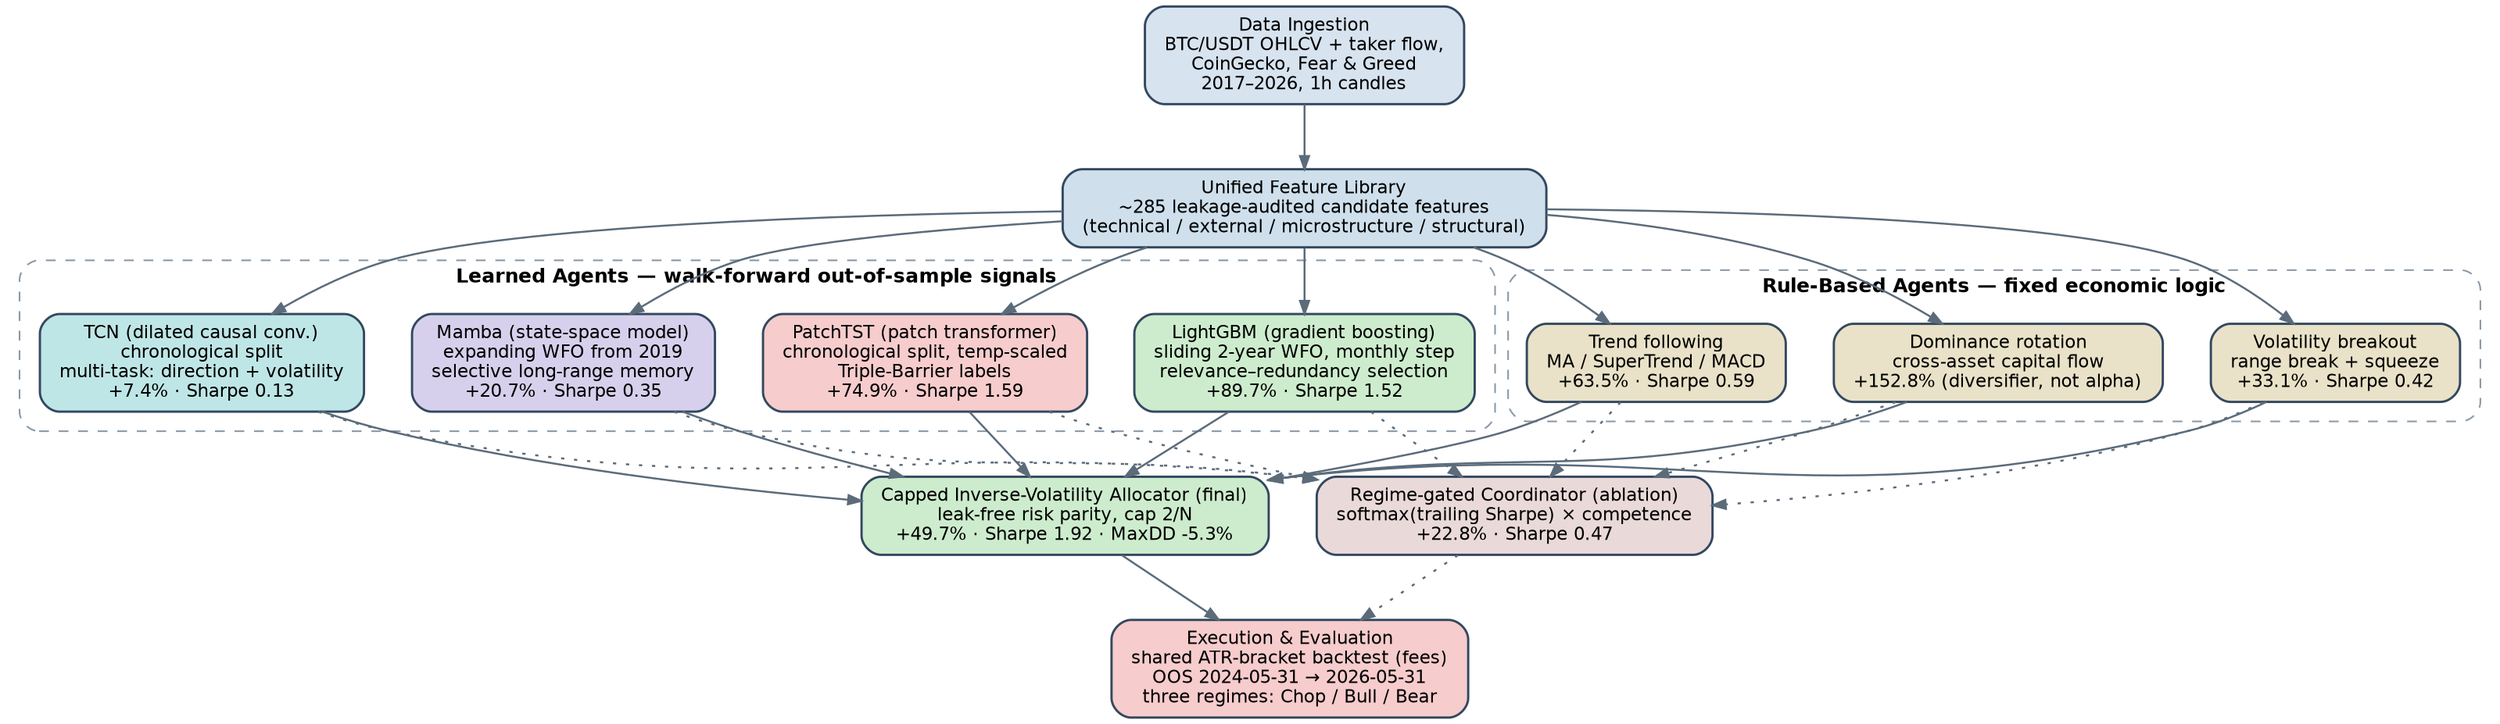
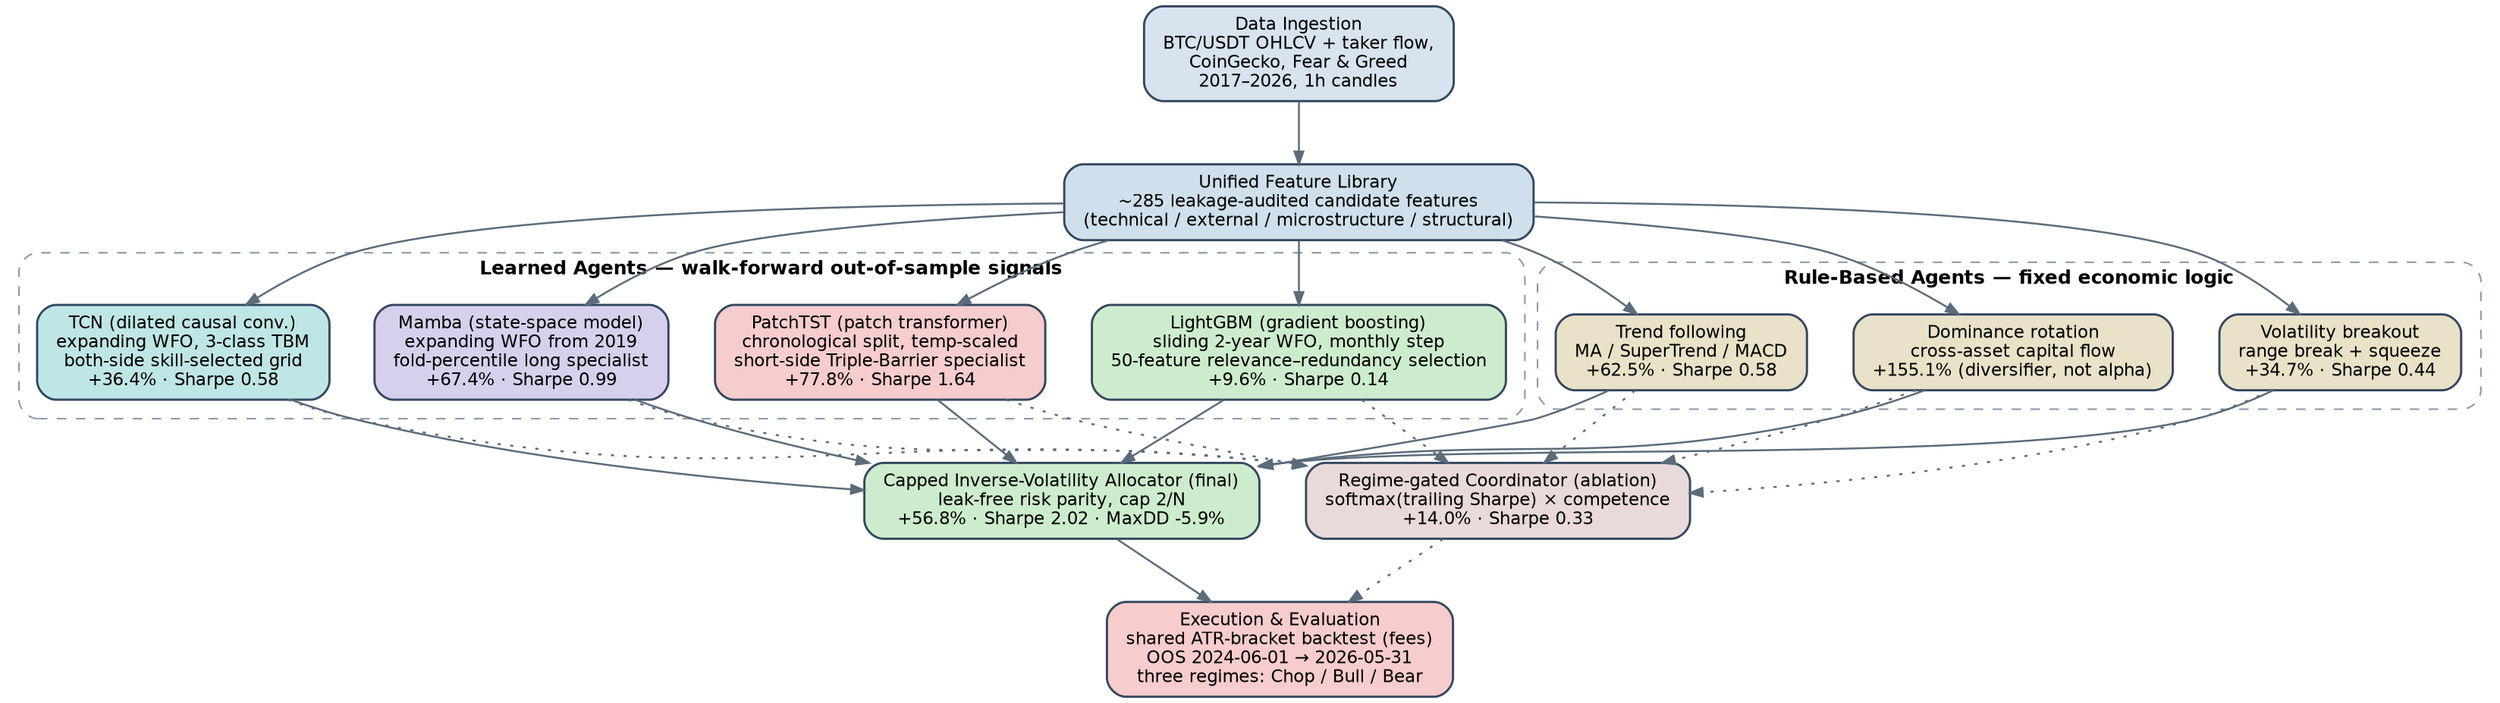
// Hybrid Multi-Agent Trading System — high-level architecture
// Rendered with: dot -Tpng -Gdpi=200 system_overview.dot -o system_overview.png
digraph SystemOverview {
    rankdir=TB;
    bgcolor="white";
    splines=true;
    nodesep=0.40;
    ranksep=0.55;
    node [shape=box, style="rounded,filled", fontname="Helvetica", fontsize=11,
          color="#33485f", penwidth=1.4, margin="0.16,0.09"];
    edge [color="#5b6b7a", arrowsize=0.8, penwidth=1.2];

    // ---- Data ingestion ----
    DATA [label="Data Ingestion\nBTC/USDT OHLCV + taker flow,\nCoinGecko, Fear & Greed\n2017–2026, 1h candles",
          fillcolor="#d7e3ef"];

    // ---- Unified feature library ----
    FEAT [label="Unified Feature Library\n~285 leakage-audited candidate features\n(technical / external / microstructure / structural)",
          fillcolor="#cfe0ec"];

    // ---- Learned agents ----
    subgraph cluster_learned {
        label="Learned Agents — walk-forward out-of-sample signals";
        labelloc="t";
        fontname="Helvetica-Bold";
        fontsize=12;
        style="dashed,rounded";
        color="#8a99a8";
        margin=12;

-         LGBM   [label="LightGBM (gradient boosting)\nsliding 2-year WFO, monthly step\nrelevance–redundancy selection\n+89.7% · Sharpe 1.52",
+         LGBM   [label="LightGBM (gradient boosting)\nsliding 2-year WFO, monthly step\n50-feature relevance–redundancy selection\n+9.6% · Sharpe 0.14",
                fillcolor="#cdeccd"];
-         PATCH  [label="PatchTST (patch transformer)\nchronological split, temp-scaled\nTriple-Barrier labels\n+74.9% · Sharpe 1.59",
+         PATCH  [label="PatchTST (patch transformer)\nchronological split, temp-scaled\nshort-side Triple-Barrier specialist\n+77.8% · Sharpe 1.64",
                fillcolor="#f6cccc"];
-         MAMBA  [label="Mamba (state-space model)\nexpanding WFO from 2019\nselective long-range memory\n+20.7% · Sharpe 0.35",
+         MAMBA  [label="Mamba (state-space model)\nexpanding WFO from 2019\nfold-percentile long specialist\n+67.4% · Sharpe 0.99",
                fillcolor="#d7d0ec"];
-         TCN    [label="TCN (dilated causal conv.)\nchronological split\nmulti-task: direction + volatility\n+7.4% · Sharpe 0.13",
+         TCN    [label="TCN (dilated causal conv.)\nexpanding WFO, 3-class TBM\nboth-side skill-selected grid\n+36.4% · Sharpe 0.58",
                fillcolor="#bfe6e6"];
    }

    // ---- Rule-based agents ----
    subgraph cluster_rules {
        label="Rule-Based Agents — fixed economic logic";
        labelloc="t";
        fontname="Helvetica-Bold";
        fontsize=12;
        style="dashed,rounded";
        color="#8a99a8";
        margin=12;

-         TREND  [label="Trend following\nMA / SuperTrend / MACD\n+63.5% · Sharpe 0.59",
+         TREND  [label="Trend following\nMA / SuperTrend / MACD\n+62.5% · Sharpe 0.58",
                fillcolor="#e9e2c8"];
-         VOLB   [label="Volatility breakout\nrange break + squeeze\n+33.1% · Sharpe 0.42",
+         VOLB   [label="Volatility breakout\nrange break + squeeze\n+34.7% · Sharpe 0.44",
                fillcolor="#e9e2c8"];
-         DOM    [label="Dominance rotation\ncross-asset capital flow\n+152.8% (diversifier, not alpha)",
+         DOM    [label="Dominance rotation\ncross-asset capital flow\n+155.1% (diversifier, not alpha)",
                fillcolor="#e9e2c8"];
    }

    // ---- Allocation layer ----
-     ALLOC  [label="Capped Inverse-Volatility Allocator (final)\nleak-free risk parity, cap 2/N\n+49.7% · Sharpe 1.92 · MaxDD -5.3%",
+     ALLOC  [label="Capped Inverse-Volatility Allocator (final)\nleak-free risk parity, cap 2/N\n+56.8% · Sharpe 2.02 · MaxDD -5.9%",
            fillcolor="#cdeccd"];
-     COORD  [label="Regime-gated Coordinator (ablation)\nsoftmax(trailing Sharpe) × competence\n+22.8% · Sharpe 0.47",
+     COORD  [label="Regime-gated Coordinator (ablation)\nsoftmax(trailing Sharpe) × competence\n+14.0% · Sharpe 0.33",
            fillcolor="#ead9d9"];

    // ---- Execution ----
-     EXEC   [label="Execution & Evaluation\nshared ATR-bracket backtest (fees)\nOOS 2024-05-31 → 2026-05-31\nthree regimes: Chop / Bull / Bear",
+     EXEC   [label="Execution & Evaluation\nshared ATR-bracket backtest (fees)\nOOS 2024-06-01 → 2026-05-31\nthree regimes: Chop / Bull / Bear",
            fillcolor="#f6cccc"];

    // ---- Edges ----
    DATA -> FEAT;
    FEAT -> LGBM;
    FEAT -> PATCH;
    FEAT -> MAMBA;
    FEAT -> TCN;
    FEAT -> TREND;
    FEAT -> VOLB;
    FEAT -> DOM;

    LGBM  -> ALLOC;  PATCH -> ALLOC;  MAMBA -> ALLOC;  TCN -> ALLOC;
    TREND -> ALLOC;  VOLB  -> ALLOC;  DOM   -> ALLOC;

    LGBM  -> COORD [style=dotted];  PATCH -> COORD [style=dotted];
    MAMBA -> COORD [style=dotted];  TCN   -> COORD [style=dotted];
    TREND -> COORD [style=dotted];  VOLB  -> COORD [style=dotted];
    DOM   -> COORD [style=dotted];

    ALLOC -> EXEC;
    COORD -> EXEC [style=dotted];

    { rank=same; ALLOC; COORD; }
}
